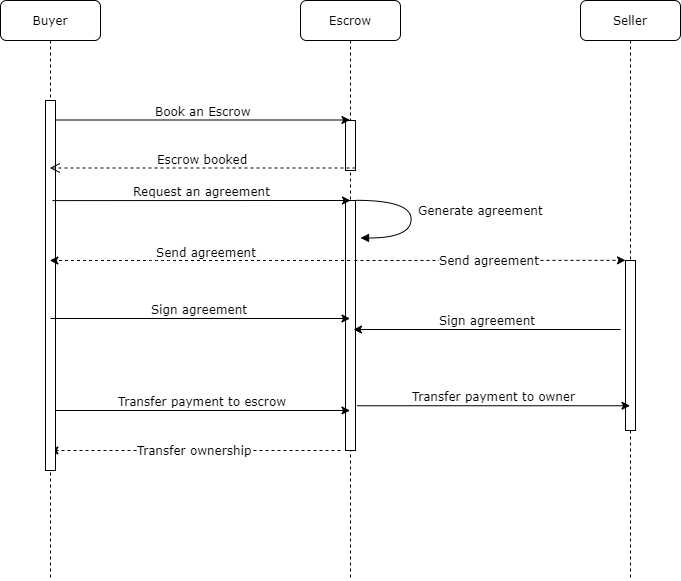
The draw.io diagram sequence_diagram.png in martinmyname/DigitLand1, before a commit. Source tidied: cells renumbered, new cells last; positions are measured from the earlier drawing's top-left corner, leaving out a move shared by most shapes.
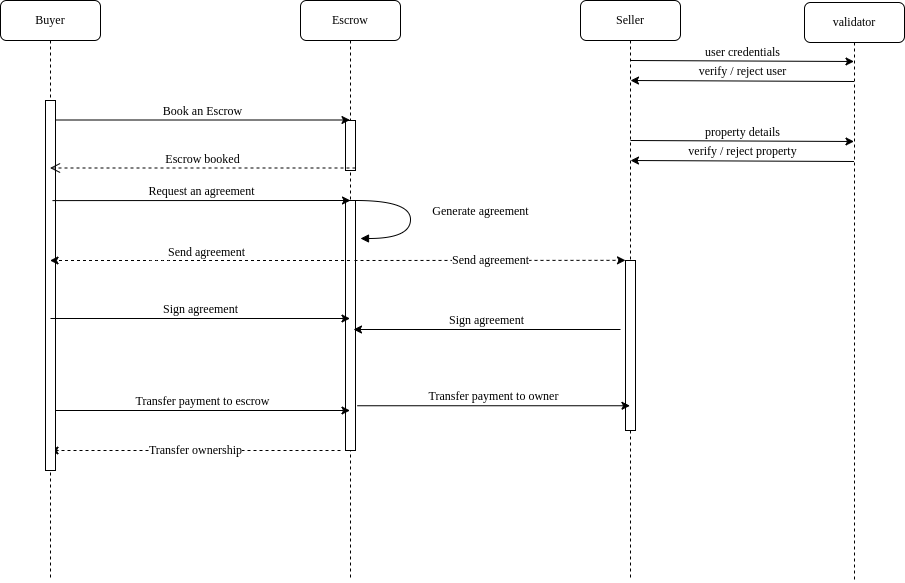
After the commit.

What changed in the source:
```diff
@@ -88,5 +88,32 @@
     <mxCell id="20" value="Transfer payment to owner" style="endArrow=classic;html=1;fontFamily=Verdana;fontSize=12;exitX=1.167;exitY=0.821;exitDx=0;exitDy=0;exitPerimeter=0;verticalAlign=bottom;" parent="1" edge="1" source="4" target="6">
       <mxGeometry relative="1" as="geometry" />
     </mxCell>
+    <mxCell id="21" value="validator" style="shape=umlLifeline;perimeter=lifelinePerimeter;whiteSpace=wrap;html=1;rounded=1;shadow=0;comic=0;labelBackgroundColor=none;strokeColor=#000000;strokeWidth=1;fillColor=#FFFFFF;fontFamily=Verdana;fontSize=12;fontColor=#000000;align=center;" parent="1" vertex="1">
+      <mxGeometry x="804" y="2" width="100" height="580" as="geometry" />
+    </mxCell>
+    <mxCell id="22" value="user credentials" style="endArrow=classic;html=1;fontFamily=Verdana;fontSize=12;align=center;verticalAlign=bottom;" parent="1" edge="1">
+      <mxGeometry relative="1" as="geometry">
+        <mxPoint x="630" y="60" as="sourcePoint" />
+        <mxPoint x="853.5" y="61" as="targetPoint" />
+      </mxGeometry>
+    </mxCell>
+    <mxCell id="23" value="verify / reject user" style="endArrow=classic;html=1;fontFamily=Verdana;fontSize=12;align=center;verticalAlign=bottom;" parent="1" edge="1">
+      <mxGeometry relative="1" as="geometry">
+        <mxPoint x="853.5" y="81" as="sourcePoint" />
+        <mxPoint x="630" y="80" as="targetPoint" />
+      </mxGeometry>
+    </mxCell>
+    <mxCell id="24" value="verify / reject property" style="endArrow=classic;html=1;fontFamily=Verdana;fontSize=12;align=center;verticalAlign=bottom;" parent="1" edge="1">
+      <mxGeometry relative="1" as="geometry">
+        <mxPoint x="853.5" y="161" as="sourcePoint" />
+        <mxPoint x="630" y="160" as="targetPoint" />
+      </mxGeometry>
+    </mxCell>
+    <mxCell id="25" value="property details" style="endArrow=classic;html=1;fontFamily=Verdana;fontSize=12;align=center;verticalAlign=bottom;" parent="1" edge="1">
+      <mxGeometry relative="1" as="geometry">
+        <mxPoint x="630" y="140" as="sourcePoint" />
+        <mxPoint x="853.5" y="141" as="targetPoint" />
+      </mxGeometry>
+    </mxCell>
   </root>
 </mxGraphModel>
```
